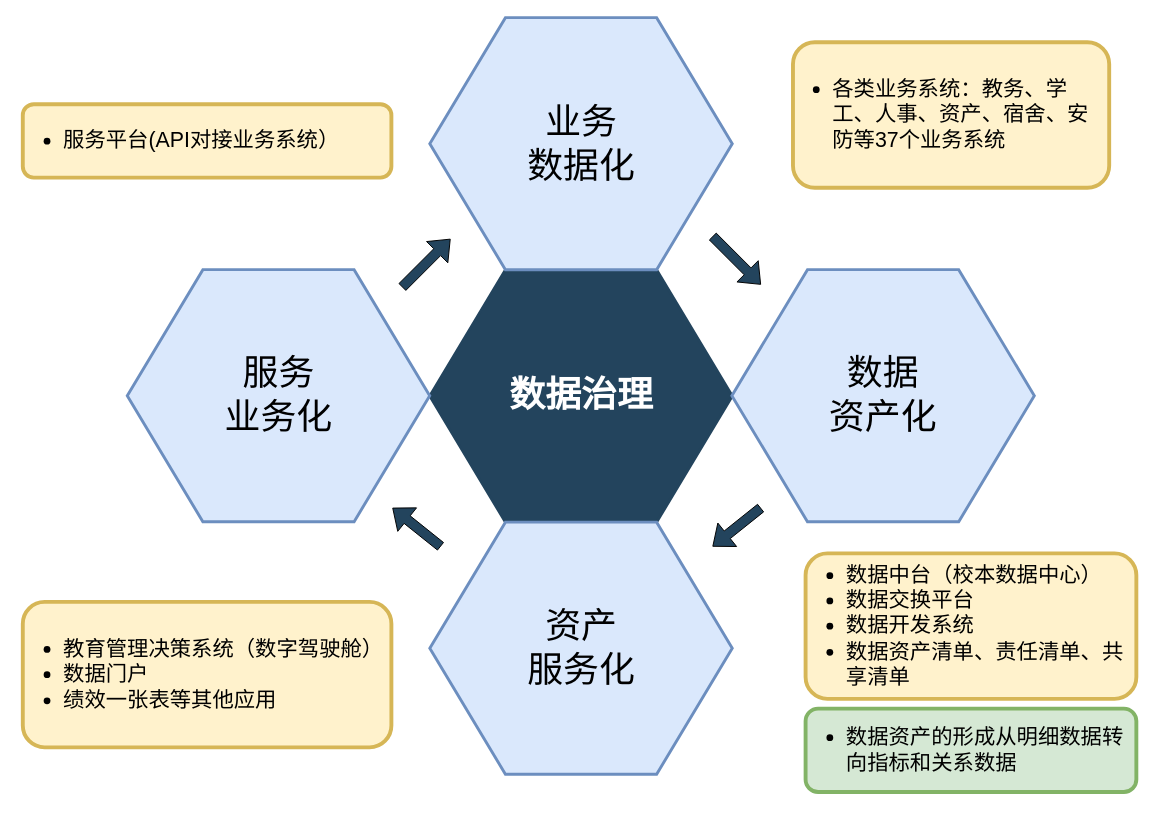
redcomet88/DRAW keeps this draw.io diagram as EDU/校本数据中心.drawio. Above is the earlier version. Source tidied: cells renumbered, new cells numbered last; positions are measured from the earlier drawing's top-left corner, leaving out a move shared by most shapes. Both pictures are drawn from the tidied source at 97%, with x=0, y=0 at pixel (22, 17).
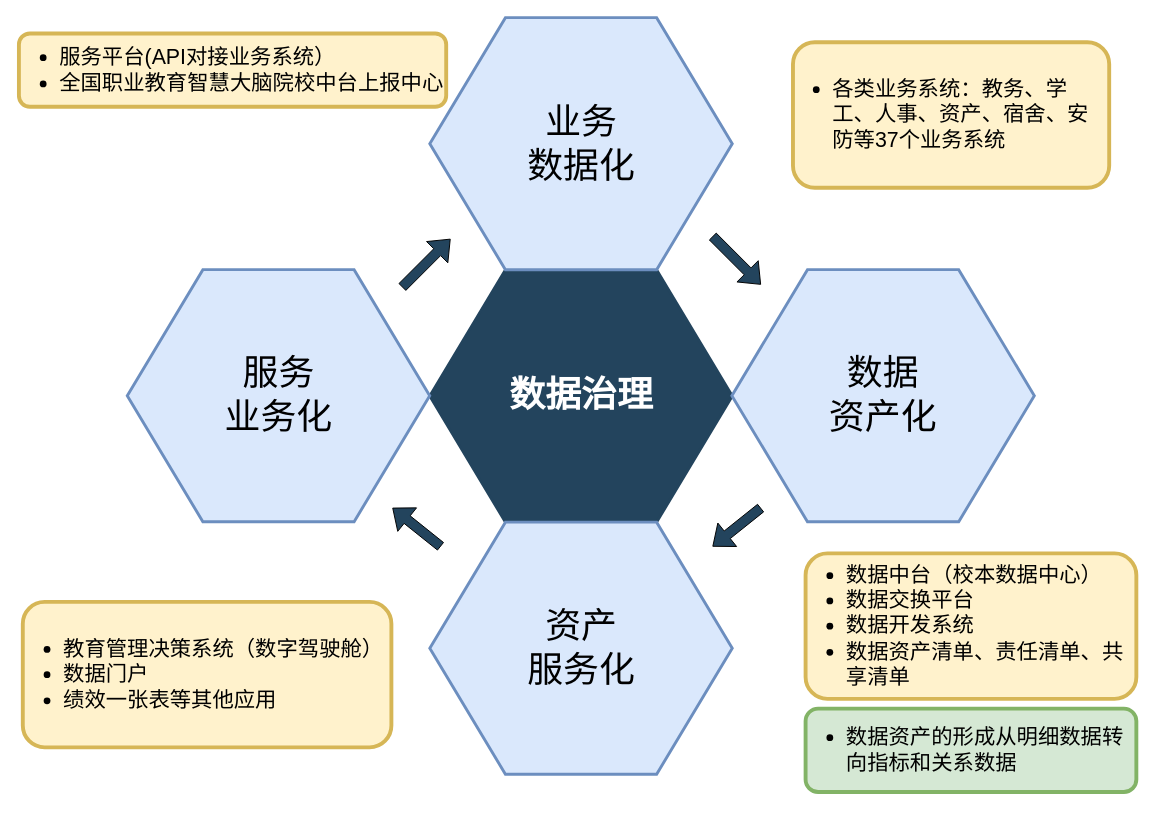
The same page after the edit.

Commit message (it also covers changes not shown here):
更新校本数据中心.drawio

Change to the diagram source:
```diff
@@
-    <mxCell id="16" value="&lt;ul style=&quot;font-size: 22px;&quot;&gt;&lt;li&gt;服务平台(API对接业务系统）&lt;/li&gt;&lt;/ul&gt;" style="rounded=1;whiteSpace=wrap;html=1;fillColor=#fff2cc;strokeColor=#d6b656;strokeWidth=4;align=left;" parent="1" vertex="1">
-      <mxGeometry y="89" width="380" height="75.6" as="geometry" />
+    <mxCell id="16" value="&lt;ul style=&quot;font-size: 22px;&quot;&gt;&lt;li&gt;服务平台(API对接业务系统）&lt;/li&gt;&lt;li&gt;全国职业教育智慧大脑院校中台上报中心&lt;/li&gt;&lt;/ul&gt;" style="rounded=1;whiteSpace=wrap;html=1;fillColor=#fff2cc;strokeColor=#d6b656;strokeWidth=4;align=left;" parent="1" vertex="1">
+      <mxGeometry x="-4" y="16" width="440.5" height="75.6" as="geometry" />
     </mxCell>
```
